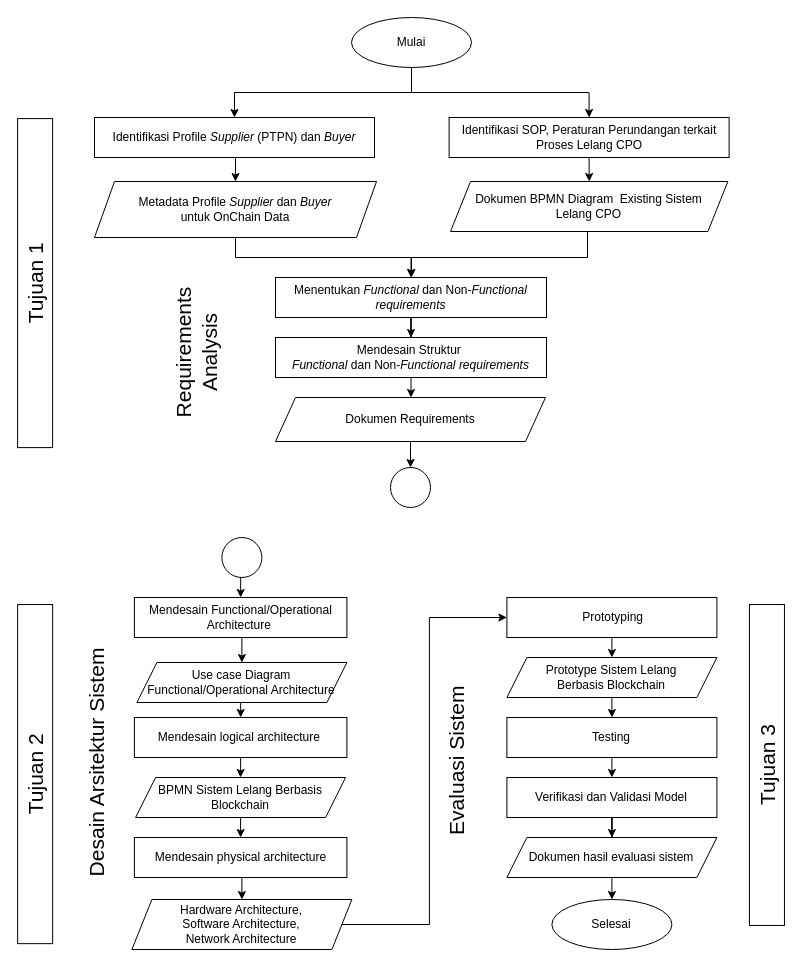
ariesharry/Diagrams keeps this draw.io diagram as Method BPDPKS New.drawio. Above is the earlier version. Source tidied: cells renumbered, new cells numbered last; positions are measured from the earlier drawing's top-left corner, leaving out a move shared by most shapes. Both pictures are drawn from the tidied source at 100%, with x=0, y=0 at pixel (-135, 17).
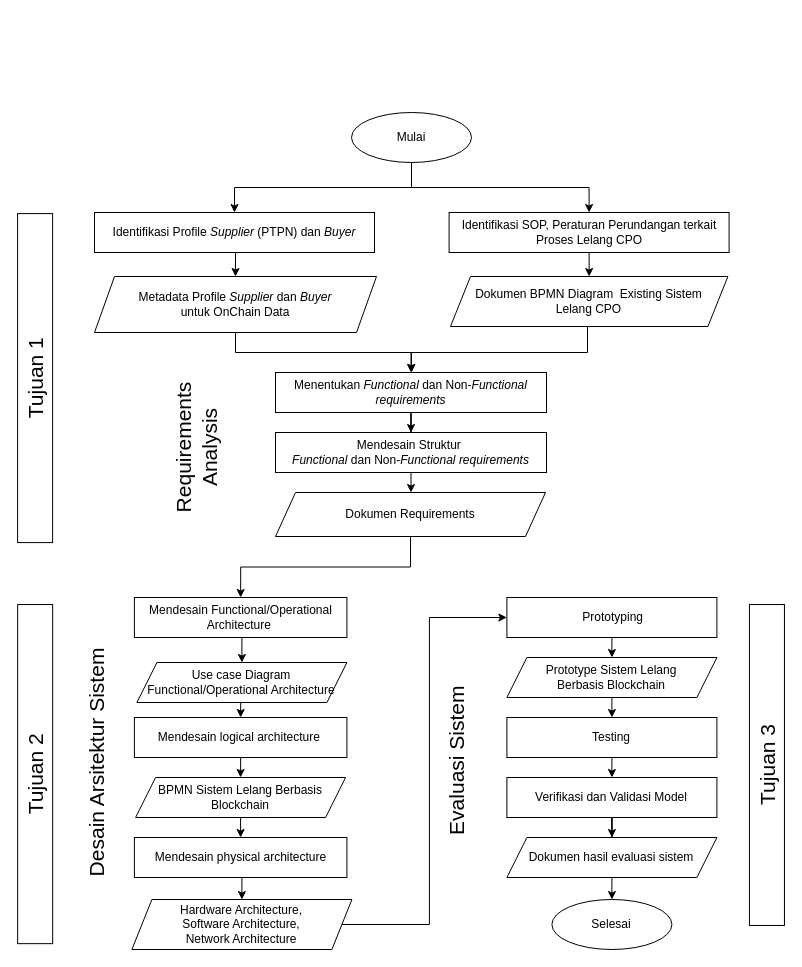
After the change.

Unchanged cells that the change refers to:
```xml
<mxCell id="41" value="Mendesain Functional/Operational Architecture&amp;nbsp;" style="rounded=0;whiteSpace=wrap;html=1;" parent="1" vertex="1">
  <mxGeometry x="268.9" y="580" width="212.5" height="40" as="geometry" />
</mxCell>
```

Change to the diagram source:
```diff
@@
     <mxCell id="4" value="Mulai" style="ellipse;whiteSpace=wrap;html=1;" parent="1" vertex="1">
-      <mxGeometry x="486" width="120" height="50" as="geometry" />
+      <mxGeometry x="486" y="95" width="120" height="50" as="geometry" />
     </mxCell>
@@
     <mxCell id="7" value="&lt;span lang=&quot;EN-US&quot;&gt;Menentukan &lt;i&gt;Functional &lt;/i&gt;dan Non-&lt;i&gt;Functional&lt;/i&gt; &lt;i&gt;requirements&lt;/i&gt;&lt;/span&gt;" style="rounded=0;whiteSpace=wrap;html=1;" parent="1" vertex="1">
-      <mxGeometry x="410" y="260" width="271" height="40" as="geometry" />
+      <mxGeometry x="410" y="355" width="271" height="40" as="geometry" />
     </mxCell>
@@
     <mxCell id="22" style="edgeStyle=orthogonalEdgeStyle;rounded=0;jettySize=auto;html=1;exitX=0.5;exitY=1;exitDx=0;exitDy=0;" parent="1" edge="1" source="23" target="25">
       <mxGeometry relative="1" as="geometry">
         <Array as="points">
-          <mxPoint x="546" y="400" />
-          <mxPoint x="546" y="400" />
+          <mxPoint x="546" y="495" />
+          <mxPoint x="546" y="495" />
         </Array>
       </mxGeometry>
     </mxCell>
     <mxCell id="23" value="&lt;span lang=&quot;EN-US&quot;&gt;Mendesain Struktur&amp;nbsp;&lt;br&gt;&lt;i style=&quot;border-color: var(--border-color);&quot;&gt;Functional&amp;nbsp;&lt;/i&gt;dan Non-&lt;i style=&quot;border-color: var(--border-color);&quot;&gt;Functional&lt;/i&gt;&amp;nbsp;&lt;i style=&quot;border-color: var(--border-color);&quot;&gt;requirements&lt;/i&gt;&lt;br&gt;&lt;/span&gt;" style="rounded=0;whiteSpace=wrap;html=1;" parent="1" vertex="1">
-      <mxGeometry x="410" y="320" width="271" height="40" as="geometry" />
+      <mxGeometry x="410" y="415" width="271" height="40" as="geometry" />
     </mxCell>
-    <mxCell id="24" style="edgeStyle=orthogonalEdgeStyle;rounded=0;jettySize=auto;html=1;exitX=0.5;exitY=1;exitDx=0;exitDy=0;entryX=0.5;entryY=0;entryDx=0;entryDy=0;fontSize=21;" parent="1" edge="1" source="25" target="48">
-      <mxGeometry relative="1" as="geometry" />
-    </mxCell>
+    <mxCell id="51" style="edgeStyle=orthogonalEdgeStyle;rounded=0;jettySize=auto;html=1;exitX=0.5;exitY=1;exitDx=0;exitDy=0;entryX=0.5;entryY=0;entryDx=0;entryDy=0;" parent="1" edge="1" source="25" target="41">
+      <mxGeometry relative="1" as="geometry" />
+    </mxCell>
     <mxCell id="25" value="&lt;div&gt;&lt;br&gt;&lt;/div&gt;&lt;div&gt;Dokumen Requirements&lt;/div&gt;&lt;div&gt;&lt;br&gt;&lt;/div&gt;" style="shape=parallelogram;perimeter=parallelogramPerimeter;whiteSpace=wrap;html=1;fixedSize=1;" parent="1" vertex="1">
-      <mxGeometry x="410" y="380" width="270" height="44" as="geometry" />
+      <mxGeometry x="410" y="475" width="270" height="44" as="geometry" />
     </mxCell>
@@
     <mxCell id="31" value="Identifikasi Profile &lt;i&gt;Supplier &lt;/i&gt;(PTPN) dan &lt;i&gt;Buyer&lt;/i&gt;" style="rounded=0;whiteSpace=wrap;html=1;" parent="1" vertex="1">
-      <mxGeometry x="229" y="100" width="280" height="40" as="geometry" />
+      <mxGeometry x="229" y="195" width="280" height="40" as="geometry" />
     </mxCell>
     <mxCell id="32" style="edgeStyle=orthogonalEdgeStyle;rounded=0;jettySize=auto;html=1;exitX=0.5;exitY=1;exitDx=0;exitDy=0;" parent="1" edge="1" source="33" target="7">
       <mxGeometry relative="1" as="geometry">
         <Array as="points">
-          <mxPoint x="370" y="240" />
-          <mxPoint x="546" y="240" />
+          <mxPoint x="370" y="335" />
+          <mxPoint x="546" y="335" />
         </Array>
       </mxGeometry>
     </mxCell>
     <mxCell id="33" value="Metadata Profile &lt;i&gt;Supplier &lt;/i&gt;dan &lt;i&gt;Buyer&lt;br&gt;&lt;/i&gt;untuk OnChain Data" style="shape=parallelogram;perimeter=parallelogramPerimeter;whiteSpace=wrap;html=1;fixedSize=1;" parent="1" vertex="1">
-      <mxGeometry x="229" y="164" width="282" height="56" as="geometry" />
+      <mxGeometry x="229" y="259" width="282" height="56" as="geometry" />
     </mxCell>
@@
     <mxCell id="35" value="Identifikasi SOP, Peraturan Perundangan terkait Proses Lelang CPO" style="rounded=0;whiteSpace=wrap;html=1;" parent="1" vertex="1">
-      <mxGeometry x="583.6" y="100" width="280" height="40" as="geometry" />
+      <mxGeometry x="583.6" y="195" width="280" height="40" as="geometry" />
     </mxCell>
     <mxCell id="36" style="edgeStyle=orthogonalEdgeStyle;rounded=0;jettySize=auto;html=1;exitX=0.5;exitY=1;exitDx=0;exitDy=0;entryX=0.5;entryY=0;entryDx=0;entryDy=0;" parent="1" edge="1" source="37" target="7">
       <mxGeometry relative="1" as="geometry">
         <Array as="points">
-          <mxPoint x="722" y="240" />
-          <mxPoint x="546" y="240" />
+          <mxPoint x="722" y="335" />
+          <mxPoint x="546" y="335" />
         </Array>
       </mxGeometry>
     </mxCell>
     <mxCell id="37" value="Dokumen BPMN Diagram&amp;nbsp; Existing Sistem&lt;br&gt;Lelang CPO" style="shape=parallelogram;perimeter=parallelogramPerimeter;whiteSpace=wrap;html=1;fixedSize=1;" parent="1" vertex="1">
-      <mxGeometry x="585" y="164" width="277.4" height="50" as="geometry" />
+      <mxGeometry x="585" y="259" width="277.4" height="50" as="geometry" />
     </mxCell>
@@
     <mxCell id="42" value="Tujuan 1" style="rounded=0;whiteSpace=wrap;html=1;fontSize=21;rotation=-90;" parent="1" vertex="1">
-      <mxGeometry x="5.1" y="248.1" width="329" height="35" as="geometry" />
+      <mxGeometry x="5.1" y="343.1" width="329" height="35" as="geometry" />
     </mxCell>
     <mxCell id="43" value="Requirements Analysis" style="text;html=1;strokeColor=none;fillColor=none;align=center;verticalAlign=middle;whiteSpace=wrap;rounded=0;rotation=-90;fontStyle=0;fontSize=21;" parent="1" vertex="1">
-      <mxGeometry x="241" y="320" width="180" height="30" as="geometry" />
+      <mxGeometry x="241" y="415" width="180" height="30" as="geometry" />
     </mxCell>
@@
-    <mxCell id="48" style="ellipse;whiteSpace=wrap;html=1;fontSize=21;" parent="1" vertex="1">
-      <mxGeometry x="525" y="450" width="40" height="40" as="geometry" />
-    </mxCell>
-    <mxCell id="49" style="edgeStyle=orthogonalEdgeStyle;rounded=0;jettySize=auto;html=1;exitX=0.5;exitY=1;exitDx=0;exitDy=0;entryX=0.5;entryY=0;entryDx=0;entryDy=0;fontSize=21;" parent="1" edge="1" source="50" target="41">
-      <mxGeometry relative="1" as="geometry" />
-    </mxCell>
-    <mxCell id="50" style="ellipse;whiteSpace=wrap;html=1;fontSize=21;" parent="1" vertex="1">
-      <mxGeometry x="356.4" y="520" width="40" height="40" as="geometry" />
-    </mxCell>
```
